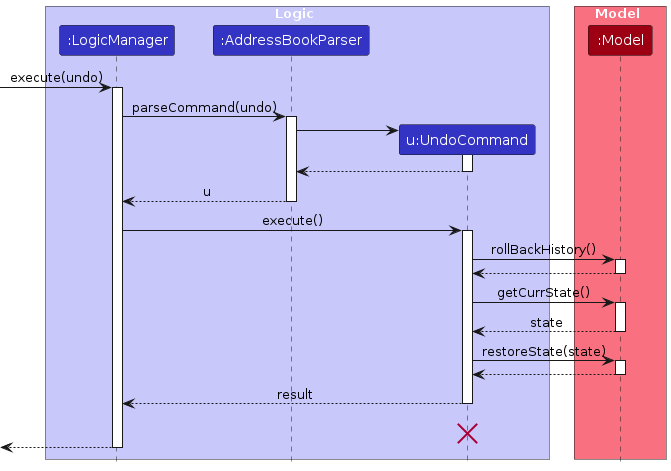
Rishit02/tp keeps this PlantUML diagram as diagrams/UndoSequenceDiagram-Logic.png. Above is the earlier version. Its source is kept beside it as diagrams/UndoSequenceDiagram-Logic.puml.
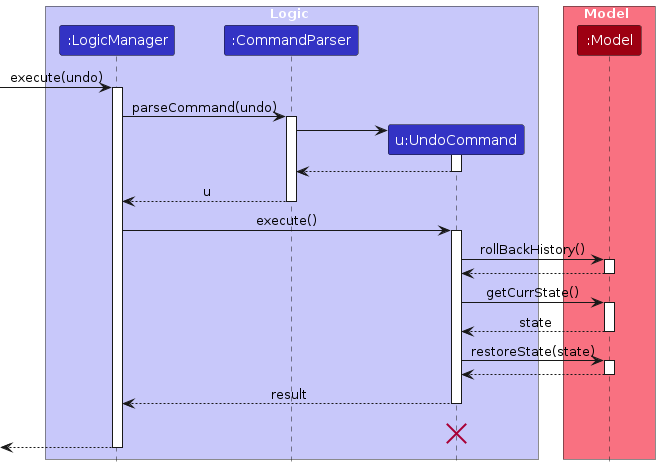
Later version of the same file.

The edit, as a diff of the source:
```diff
@@ -4,7 +4,7 @@
 
 box Logic LOGIC_COLOR_T1
 participant ":LogicManager" as LogicManager LOGIC_COLOR
-participant ":AddressBookParser" as AddressBookParser LOGIC_COLOR
+participant ":CommandParser" as CommandParser LOGIC_COLOR
 participant "u:UndoCommand" as UndoCommand LOGIC_COLOR
 end box
 
@@ -14,18 +14,18 @@
 [-> LogicManager : execute(undo)
 activate LogicManager
 
-LogicManager -> AddressBookParser : parseCommand(undo)
-activate AddressBookParser
+LogicManager -> CommandParser : parseCommand(undo)
+activate CommandParser
 
 create UndoCommand
-AddressBookParser -> UndoCommand
+CommandParser -> UndoCommand
 activate UndoCommand
 
-UndoCommand --> AddressBookParser
+UndoCommand --> CommandParser
 deactivate UndoCommand
 
-AddressBookParser --> LogicManager : u
-deactivate AddressBookParser
+CommandParser --> LogicManager : u
+deactivate CommandParser
 
 LogicManager -> UndoCommand : execute()
 activate UndoCommand
```
